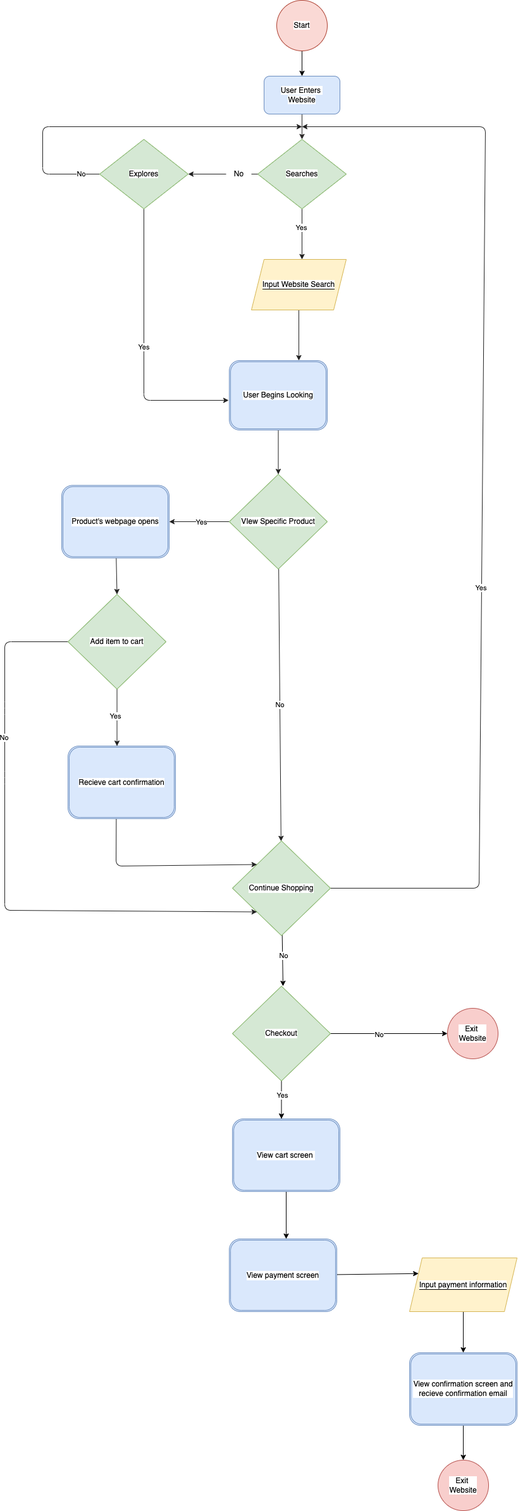
Above: explore/diagramming/diagram.drawio.png in hhundhausen/sp23-cse110-lab4 (draw.io), before the change. Source tidied: cells renumbered, new cells last; positions are measured from the earlier drawing's top-left corner, leaving out a move shared by most shapes.
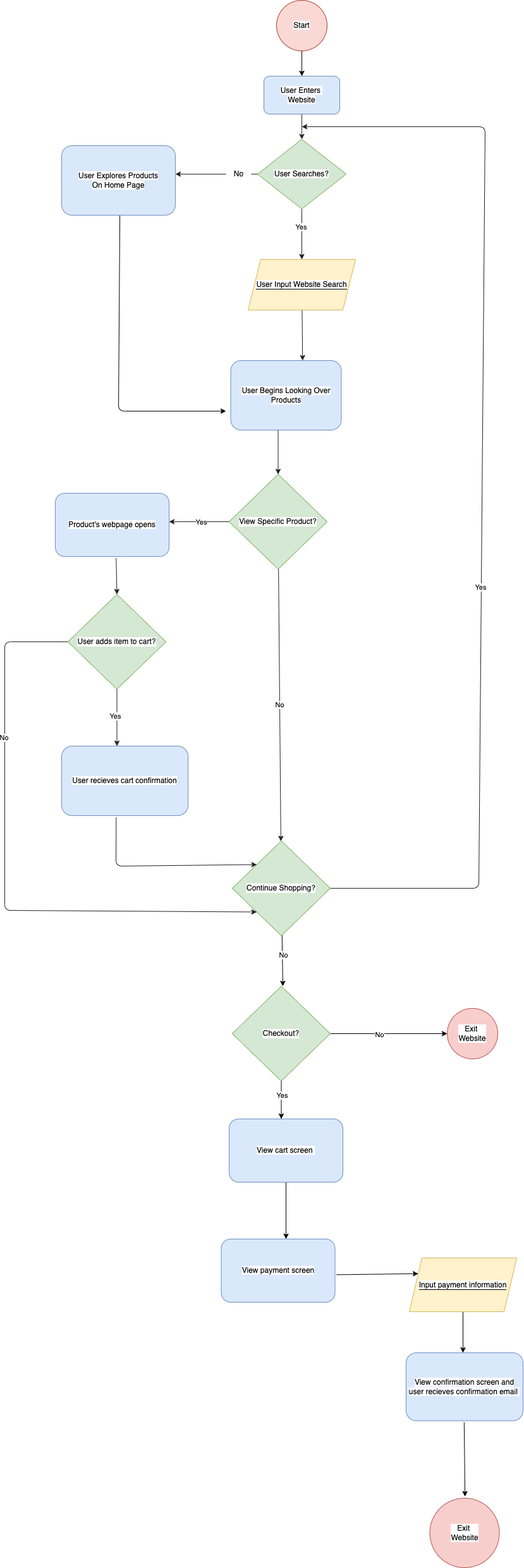
The same diagram one commit later.

Diff of the diagram source:
```diff
@@ -28,10 +28,13 @@
     </mxCell>
     <mxCell id="8" style="edgeStyle=none;html=1;fontColor=#000000;strokeColor=#212121;exitX=0;exitY=0.5;exitDx=0;exitDy=0;startArrow=none;" parent="1" edge="1" source="11">
       <mxGeometry relative="1" as="geometry">
-        <mxPoint x="290" y="275" as="targetPoint" />
+        <mxPoint x="270" y="275" as="targetPoint" />
+        <Array as="points">
+          <mxPoint x="270" y="275" />
+        </Array>
       </mxGeometry>
     </mxCell>
-    <mxCell id="9" value="&lt;font color=&quot;#000000&quot;&gt;&lt;span style=&quot;background-color: rgb(255, 255, 255);&quot;&gt;Searches&lt;/span&gt;&lt;br&gt;&lt;/font&gt;" style="rhombus;whiteSpace=wrap;html=1;fillColor=#d5e8d4;strokeColor=#82b366;" parent="1" vertex="1">
+    <mxCell id="9" value="&lt;font color=&quot;#000000&quot;&gt;&lt;span style=&quot;background-color: rgb(255, 255, 255);&quot;&gt;User Searches?&lt;/span&gt;&lt;br&gt;&lt;/font&gt;" style="rhombus;whiteSpace=wrap;html=1;fillColor=#d5e8d4;strokeColor=#82b366;" parent="1" vertex="1">
       <mxGeometry x="400" y="220" width="140" height="110" as="geometry" />
     </mxCell>
     <mxCell id="10" style="edgeStyle=none;html=1;fontColor=#000000;strokeColor=#212121;exitX=0;exitY=0.5;exitDx=0;exitDy=0;endArrow=none;" parent="1" edge="1" source="9" target="11">
@@ -40,50 +43,23 @@
     <mxCell id="11" value="&lt;font color=&quot;#000000&quot;&gt;No&lt;/font&gt;" style="text;html=1;align=center;verticalAlign=middle;points=[];strokeColor=none;fillColor=none;" parent="1" vertex="1">
       <mxGeometry x="350" y="260" width="40" height="30" as="geometry" />
     </mxCell>
-    <mxCell id="12" style="edgeStyle=none;html=1;strokeColor=#212121;fontColor=#FFFFFF;" parent="1" edge="1" source="16">
-      <mxGeometry relative="1" as="geometry">
-        <mxPoint x="354" y="633" as="targetPoint" />
-        <Array as="points">
-          <mxPoint x="220" y="633" />
-        </Array>
-      </mxGeometry>
-    </mxCell>
-    <mxCell id="13" value="&lt;font style=&quot;background-color: rgb(255, 255, 255);&quot; color=&quot;#000000&quot;&gt;Yes&lt;/font&gt;" style="edgeLabel;html=1;align=center;verticalAlign=middle;fontColor=#FFFFFF;" parent="12" vertex="1">
-      <mxGeometry relative="1" as="geometry" />
-    </mxCell>
-    <mxCell id="14" style="edgeStyle=none;html=1;strokeColor=#212121;fontColor=#000000;" parent="1" edge="1" source="16">
-      <mxGeometry relative="1" as="geometry">
-        <mxPoint x="470" y="200" as="targetPoint" />
-        <Array as="points">
-          <mxPoint x="60" y="275" />
-          <mxPoint x="60" y="200" />
-        </Array>
-      </mxGeometry>
-    </mxCell>
-    <mxCell id="15" value="&lt;span style=&quot;background-color: rgb(255, 255, 255);&quot;&gt;No&lt;/span&gt;" style="edgeLabel;html=1;align=center;verticalAlign=middle;fontColor=#000000;" parent="14" vertex="1">
-      <mxGeometry x="-0.72" y="-4" relative="1" as="geometry">
-        <mxPoint x="50" y="4" as="offset" />
-      </mxGeometry>
-    </mxCell>
-    <mxCell id="16" value="&lt;font style=&quot;background-color: rgb(255, 255, 255);&quot; color=&quot;#000000&quot;&gt;Explores&lt;/font&gt;" style="rhombus;whiteSpace=wrap;html=1;fillColor=#d5e8d4;strokeColor=#82b366;" parent="1" vertex="1">
-      <mxGeometry x="150" y="220" width="140" height="110" as="geometry" />
-    </mxCell>
-    <mxCell id="17" style="edgeStyle=none;html=1;strokeColor=#212121;fontColor=#FFFFFF;" parent="1" edge="1" source="18">
+    <mxCell id="17" style="edgeStyle=none;html=1;strokeColor=#212121;fontColor=#FFFFFF;entryX=0.75;entryY=0;entryDx=0;entryDy=0;" parent="1" edge="1" source="18">
       <mxGeometry relative="1" as="geometry">
-        <mxPoint x="465" y="570" as="targetPoint" />
+        <mxPoint x="471.2" y="570" as="targetPoint" />
       </mxGeometry>
     </mxCell>
-    <mxCell id="18" value="&lt;font style=&quot;background-color: rgb(255, 255, 255);&quot; color=&quot;#000000&quot;&gt;Input Website Search&lt;/font&gt;" style="shape=parallelogram;perimeter=parallelogramPerimeter;whiteSpace=wrap;html=1;fixedSize=1;labelBackgroundColor=#000000;fillColor=#FFF2CC;strokeColor=#d6b656;" parent="1" vertex="1">
-      <mxGeometry x="390" y="410" width="150" height="80" as="geometry" />
+    <mxCell id="18" value="&lt;font style=&quot;background-color: rgb(255, 255, 255);&quot; color=&quot;#000000&quot;&gt;User Input Website Search&lt;/font&gt;" style="shape=parallelogram;perimeter=parallelogramPerimeter;whiteSpace=wrap;html=1;fixedSize=1;labelBackgroundColor=#000000;fillColor=#FFF2CC;strokeColor=#d6b656;" parent="1" vertex="1">
+      <mxGeometry x="385" y="410" width="170" height="80" as="geometry" />
     </mxCell>
-    <mxCell id="19" style="html=1;strokeColor=#212121;fontColor=#000000;entryX=0.5;entryY=0;entryDx=0;entryDy=0;" parent="1" edge="1" source="20" target="24">
-      <mxGeometry relative="1" as="geometry" />
+    <mxCell id="19" style="html=1;strokeColor=#212121;fontColor=#000000;entryX=0.5;entryY=0;entryDx=0;entryDy=0;" parent="1" edge="1" target="24">
+      <mxGeometry relative="1" as="geometry">
+        <mxPoint x="432.5" y="680" as="sourcePoint" />
+      </mxGeometry>
     </mxCell>
-    <mxCell id="20" value="&lt;font color=&quot;#000000&quot;&gt;User Begins Looking&lt;/font&gt;" style="shape=ext;double=1;rounded=1;whiteSpace=wrap;html=1;labelBackgroundColor=#FFFFFF;fillColor=#dae8fc;strokeColor=#6c8ebf;" parent="1" vertex="1">
-      <mxGeometry x="355" y="570" width="155" height="110" as="geometry" />
-    </mxCell>
-    <mxCell id="21" style="edgeStyle=none;html=1;entryX=1;entryY=0.5;entryDx=0;entryDy=0;strokeColor=#212121;fontColor=#000000;" parent="1" edge="1" source="24" target="26">
-      <mxGeometry relative="1" as="geometry" />
+    <mxCell id="21" style="edgeStyle=none;html=1;entryX=1;entryY=0.5;entryDx=0;entryDy=0;strokeColor=#212121;fontColor=#000000;" parent="1" edge="1" source="24">
+      <mxGeometry relative="1" as="geometry">
+        <mxPoint x="260" y="825" as="targetPoint" />
+      </mxGeometry>
     </mxCell>
     <mxCell id="22" value="&lt;span style=&quot;background-color: rgb(255, 255, 255);&quot;&gt;Yes&lt;/span&gt;" style="edgeLabel;html=1;align=center;verticalAlign=middle;fontColor=#000000;" parent="21" vertex="1">
       <mxGeometry x="-0.06" y="1" relative="1" as="geometry" />
@@ -91,15 +67,14 @@
     <mxCell id="23" value="&lt;span style=&quot;background-color: rgb(255, 255, 255);&quot;&gt;No&lt;/span&gt;" style="edgeStyle=none;html=1;strokeColor=#212121;fontColor=#000000;" parent="1" edge="1" source="24" target="31">
       <mxGeometry relative="1" as="geometry" />
     </mxCell>
-    <mxCell id="24" value="&lt;font color=&quot;#000000&quot;&gt;VIew Specific Product&lt;/font&gt;" style="rhombus;whiteSpace=wrap;html=1;labelBackgroundColor=#FFFFFF;fillColor=#d5e8d4;strokeColor=#82b366;" parent="1" vertex="1">
+    <mxCell id="24" value="&lt;font color=&quot;#000000&quot;&gt;View Specific Product?&lt;/font&gt;" style="rhombus;whiteSpace=wrap;html=1;labelBackgroundColor=#FFFFFF;fillColor=#d5e8d4;strokeColor=#82b366;" parent="1" vertex="1">
       <mxGeometry x="355" y="750" width="155" height="150" as="geometry" />
     </mxCell>
-    <mxCell id="25" style="edgeStyle=none;html=1;entryX=0.5;entryY=0;entryDx=0;entryDy=0;labelBackgroundColor=#FFFFFF;strokeColor=#212121;fontColor=#000000;" parent="1" edge="1" source="26" target="36">
-      <mxGeometry relative="1" as="geometry" />
+    <mxCell id="25" style="edgeStyle=none;html=1;entryX=0.5;entryY=0;entryDx=0;entryDy=0;labelBackgroundColor=#FFFFFF;strokeColor=#212121;fontColor=#000000;" parent="1" edge="1" target="36">
+      <mxGeometry relative="1" as="geometry">
+        <mxPoint x="176.2" y="882.5" as="sourcePoint" />
+      </mxGeometry>
     </mxCell>
-    <mxCell id="26" value="&lt;font color=&quot;#000000&quot;&gt;Product's webpage opens&lt;/font&gt;" style="shape=ext;double=1;rounded=1;whiteSpace=wrap;html=1;labelBackgroundColor=#FFFFFF;fillColor=#dae8fc;strokeColor=#6c8ebf;" parent="1" vertex="1">
-      <mxGeometry x="90" y="767.5" width="170" height="115" as="geometry" />
-    </mxCell>
     <mxCell id="27" style="edgeStyle=none;html=1;labelBackgroundColor=#FFFFFF;strokeColor=#212121;fontColor=#000000;" parent="1" edge="1" source="31">
       <mxGeometry relative="1" as="geometry">
         <mxPoint x="470" y="200" as="targetPoint" />
@@ -120,7 +95,7 @@
     <mxCell id="30" value="&lt;span style=&quot;background-color: rgb(255, 255, 255);&quot;&gt;&lt;font color=&quot;#000000&quot;&gt;No&lt;/font&gt;&lt;/span&gt;" style="edgeLabel;html=1;align=center;verticalAlign=middle;" parent="29" vertex="1">
       <mxGeometry x="-0.2" y="2" relative="1" as="geometry" />
     </mxCell>
-    <mxCell id="31" value="&lt;font color=&quot;#000000&quot;&gt;Continue Shopping&lt;/font&gt;" style="rhombus;whiteSpace=wrap;html=1;labelBackgroundColor=#FFFFFF;fillColor=#d5e8d4;strokeColor=#82b366;" parent="1" vertex="1">
+    <mxCell id="31" value="&lt;font color=&quot;#000000&quot;&gt;Continue Shopping?&lt;/font&gt;" style="rhombus;whiteSpace=wrap;html=1;labelBackgroundColor=#FFFFFF;fillColor=#d5e8d4;strokeColor=#82b366;" parent="1" vertex="1">
       <mxGeometry x="360" y="1330" width="155" height="150" as="geometry" />
     </mxCell>
     <mxCell id="32" style="edgeStyle=none;html=1;labelBackgroundColor=#FFFFFF;strokeColor=#212121;fontColor=#000000;" parent="1" edge="1" source="36">
@@ -144,19 +119,17 @@
     <mxCell id="35" value="&lt;span style=&quot;background-color: rgb(255, 255, 255);&quot;&gt;No&lt;/span&gt;" style="edgeLabel;html=1;align=center;verticalAlign=middle;fontColor=#000000;" parent="34" vertex="1">
       <mxGeometry x="-0.46" y="-1" relative="1" as="geometry" />
     </mxCell>
-    <mxCell id="36" value="&lt;font color=&quot;#000000&quot;&gt;Add item to cart&lt;/font&gt;" style="rhombus;whiteSpace=wrap;html=1;labelBackgroundColor=#FFFFFF;fillColor=#d5e8d4;strokeColor=#82b366;" parent="1" vertex="1">
+    <mxCell id="36" value="&lt;font color=&quot;#000000&quot;&gt;User adds item to cart?&lt;/font&gt;" style="rhombus;whiteSpace=wrap;html=1;labelBackgroundColor=#FFFFFF;fillColor=#d5e8d4;strokeColor=#82b366;" parent="1" vertex="1">
       <mxGeometry x="100" y="940" width="155" height="150" as="geometry" />
     </mxCell>
-    <mxCell id="37" style="edgeStyle=none;html=1;entryX=0;entryY=0;entryDx=0;entryDy=0;labelBackgroundColor=#FFFFFF;strokeColor=#212121;fontColor=#000000;exitX=0.449;exitY=0.983;exitDx=0;exitDy=0;exitPerimeter=0;" parent="1" edge="1" source="38" target="31">
+    <mxCell id="37" style="edgeStyle=none;html=1;entryX=0;entryY=0;entryDx=0;entryDy=0;labelBackgroundColor=#FFFFFF;strokeColor=#212121;fontColor=#000000;exitX=0.449;exitY=0.983;exitDx=0;exitDy=0;exitPerimeter=0;" parent="1" edge="1" target="31">
       <mxGeometry relative="1" as="geometry">
+        <mxPoint x="176.3" y="1293" as="sourcePoint" />
         <Array as="points">
           <mxPoint x="176" y="1370" />
         </Array>
       </mxGeometry>
     </mxCell>
-    <mxCell id="38" value="&lt;font color=&quot;#000000&quot;&gt;Recieve cart confirmation&lt;/font&gt;" style="shape=ext;double=1;rounded=1;whiteSpace=wrap;html=1;labelBackgroundColor=#FFFFFF;fillColor=#dae8fc;strokeColor=#6c8ebf;" parent="1" vertex="1">
-      <mxGeometry x="100" y="1180" width="170" height="115" as="geometry" />
-    </mxCell>
     <mxCell id="39" style="edgeStyle=none;html=1;strokeColor=#000000;fontColor=#000000;" parent="1" edge="1" source="43">
       <mxGeometry relative="1" as="geometry">
         <mxPoint x="700" y="1635" as="targetPoint" />
@@ -173,42 +146,68 @@
     <mxCell id="42" value="&lt;span style=&quot;background-color: rgb(255, 255, 255);&quot;&gt;Yes&lt;/span&gt;" style="edgeLabel;html=1;align=center;verticalAlign=middle;fontColor=#000000;" parent="41" vertex="1">
       <mxGeometry x="-0.25" y="1" relative="1" as="geometry" />
     </mxCell>
-    <mxCell id="43" value="&lt;font color=&quot;#000000&quot;&gt;Checkout&lt;/font&gt;" style="rhombus;whiteSpace=wrap;html=1;labelBackgroundColor=#FFFFFF;fillColor=#d5e8d4;strokeColor=#82b366;" parent="1" vertex="1">
+    <mxCell id="43" value="&lt;font color=&quot;#000000&quot;&gt;Checkout?&lt;/font&gt;" style="rhombus;whiteSpace=wrap;html=1;labelBackgroundColor=#FFFFFF;fillColor=#d5e8d4;strokeColor=#82b366;" parent="1" vertex="1">
       <mxGeometry x="360" y="1560" width="155" height="150" as="geometry" />
     </mxCell>
     <mxCell id="44" value="&lt;font color=&quot;#000000&quot;&gt;Exit&amp;nbsp;&lt;br&gt;Website&lt;br&gt;&lt;/font&gt;" style="ellipse;whiteSpace=wrap;html=1;labelBackgroundColor=#FFFFFF;fillColor=#f8cecc;strokeColor=#b85450;" parent="1" vertex="1">
       <mxGeometry x="700" y="1595" width="80" height="80" as="geometry" />
     </mxCell>
-    <mxCell id="45" style="edgeStyle=none;html=1;strokeColor=#000000;fontColor=#000000;" parent="1" edge="1" source="46">
+    <mxCell id="45" style="edgeStyle=none;html=1;strokeColor=#000000;fontColor=#000000;exitX=0.5;exitY=1;exitDx=0;exitDy=0;" parent="1" edge="1" source="46">
       <mxGeometry relative="1" as="geometry">
         <mxPoint x="445" y="1960" as="targetPoint" />
       </mxGeometry>
     </mxCell>
-    <mxCell id="46" value="&lt;font color=&quot;#000000&quot;&gt;View cart screen&amp;nbsp;&lt;/font&gt;" style="shape=ext;double=1;rounded=1;whiteSpace=wrap;html=1;labelBackgroundColor=#FFFFFF;fillColor=#dae8fc;strokeColor=#6c8ebf;" parent="1" vertex="1">
-      <mxGeometry x="360" y="1770" width="170" height="115" as="geometry" />
-    </mxCell>
-    <mxCell id="47" style="edgeStyle=none;html=1;entryX=0;entryY=0.25;entryDx=0;entryDy=0;strokeColor=#000000;fontColor=#000000;" parent="1" edge="1" source="48" target="50">
-      <mxGeometry relative="1" as="geometry" />
+    <mxCell id="47" style="edgeStyle=none;html=1;entryX=0;entryY=0.25;entryDx=0;entryDy=0;strokeColor=#000000;fontColor=#000000;" parent="1" edge="1" target="50">
+      <mxGeometry relative="1" as="geometry">
+        <mxPoint x="525" y="2016.4" as="sourcePoint" />
+      </mxGeometry>
     </mxCell>
-    <mxCell id="48" value="&lt;font color=&quot;#000000&quot;&gt;View payment screen&lt;/font&gt;" style="shape=ext;double=1;rounded=1;whiteSpace=wrap;html=1;labelBackgroundColor=#FFFFFF;fillColor=#dae8fc;strokeColor=#6c8ebf;" parent="1" vertex="1">
-      <mxGeometry x="355" y="1960" width="170" height="115" as="geometry" />
-    </mxCell>
-    <mxCell id="49" style="edgeStyle=none;html=1;entryX=0.5;entryY=0;entryDx=0;entryDy=0;strokeColor=#000000;fontColor=#000000;" parent="1" edge="1" source="50" target="52">
-      <mxGeometry relative="1" as="geometry" />
+    <mxCell id="49" style="edgeStyle=none;html=1;entryX=0.5;entryY=0;entryDx=0;entryDy=0;strokeColor=#000000;fontColor=#000000;" parent="1" edge="1" source="50">
+      <mxGeometry relative="1" as="geometry">
+        <mxPoint x="725" y="2140" as="targetPoint" />
+      </mxGeometry>
     </mxCell>
     <mxCell id="50" value="&lt;span style=&quot;background-color: rgb(255, 255, 255);&quot;&gt;&lt;font color=&quot;#000000&quot;&gt;Input payment information&lt;/font&gt;&lt;/span&gt;" style="shape=parallelogram;perimeter=parallelogramPerimeter;whiteSpace=wrap;html=1;fixedSize=1;labelBackgroundColor=#000000;fillColor=#FFF2CC;strokeColor=#d6b656;" parent="1" vertex="1">
       <mxGeometry x="640" y="1990" width="170" height="85" as="geometry" />
     </mxCell>
-    <mxCell id="51" style="edgeStyle=none;html=1;strokeColor=#000000;fontColor=#000000;" parent="1" edge="1" source="52">
-      <mxGeometry relative="1" as="geometry">
-        <mxPoint x="725" y="2310" as="targetPoint" />
-      </mxGeometry>
-    </mxCell>
-    <mxCell id="52" value="&lt;font color=&quot;#000000&quot;&gt;View confirmation screen and&lt;br&gt;recieve confirmation email&lt;br&gt;&lt;/font&gt;" style="shape=ext;double=1;rounded=1;whiteSpace=wrap;html=1;labelBackgroundColor=#FFFFFF;fillColor=#dae8fc;strokeColor=#6c8ebf;" parent="1" vertex="1">
-      <mxGeometry x="640" y="2140" width="170" height="115" as="geometry" />
-    </mxCell>
     <mxCell id="53" value="&lt;font color=&quot;#000000&quot;&gt;Exit&amp;nbsp;&lt;br&gt;Website&lt;br&gt;&lt;/font&gt;" style="ellipse;whiteSpace=wrap;html=1;labelBackgroundColor=#FFFFFF;fillColor=#f8cecc;strokeColor=#b85450;" parent="1" vertex="1">
-      <mxGeometry x="685" y="2310" width="80" height="80" as="geometry" />
+      <mxGeometry x="672.5" y="2370" width="110" height="110" as="geometry" />
     </mxCell>
+    <mxCell id="54" style="edgeStyle=none;html=1;strokeColor=#000000;fontColor=#000000;" parent="1" edge="1">
+      <mxGeometry relative="1" as="geometry">
+        <mxPoint x="182.1" y="340" as="sourcePoint" />
+        <mxPoint x="350" y="650" as="targetPoint" />
+        <Array as="points">
+          <mxPoint x="180" y="650" />
+        </Array>
+      </mxGeometry>
+    </mxCell>
+    <mxCell id="55" value="&lt;span style=&quot;color: rgb(0, 0, 0); background-color: rgb(255, 255, 255);&quot;&gt;User Explores Products&lt;/span&gt;&lt;br style=&quot;color: rgb(0, 0, 0); background-color: rgb(255, 255, 255);&quot;&gt;&lt;span style=&quot;color: rgb(0, 0, 0); background-color: rgb(255, 255, 255);&quot;&gt;On Home Page&lt;/span&gt;&lt;font color=&quot;#000000&quot;&gt;&lt;br&gt;&lt;/font&gt;" style="rounded=1;whiteSpace=wrap;html=1;fillColor=#dae8fc;strokeColor=#6c8ebf;" parent="1" vertex="1">
+      <mxGeometry x="90" y="230" width="180" height="110" as="geometry" />
+    </mxCell>
+    <mxCell id="56" value="&lt;span style=&quot;color: rgb(0, 0, 0); background-color: rgb(255, 255, 255);&quot;&gt;User Begins Looking Over&lt;/span&gt;&lt;br style=&quot;color: rgb(0, 0, 0); background-color: rgb(255, 255, 255);&quot;&gt;&lt;span style=&quot;color: rgb(0, 0, 0); background-color: rgb(255, 255, 255);&quot;&gt;Products&lt;/span&gt;&lt;font color=&quot;#000000&quot;&gt;&lt;br&gt;&lt;/font&gt;" style="rounded=1;whiteSpace=wrap;html=1;fillColor=#dae8fc;strokeColor=#6c8ebf;" parent="1" vertex="1">
+      <mxGeometry x="357.5" y="570" width="175" height="110" as="geometry" />
+    </mxCell>
+    <mxCell id="26" value="&lt;span style=&quot;color: rgb(0, 0, 0); background-color: rgb(255, 255, 255);&quot;&gt;Product's webpage opens&lt;/span&gt;&lt;font color=&quot;#000000&quot;&gt;&lt;br&gt;&lt;/font&gt;" style="rounded=1;whiteSpace=wrap;html=1;fillColor=#dae8fc;strokeColor=#6c8ebf;" parent="1" vertex="1">
+      <mxGeometry x="80" y="780" width="180" height="100" as="geometry" />
+    </mxCell>
+    <mxCell id="57" style="edgeStyle=none;html=1;strokeColor=#000000;fontFamily=Helvetica;fontSize=12;fontColor=default;exitX=0.492;exitY=0.876;exitDx=0;exitDy=0;exitPerimeter=0;" parent="1" edge="1">
+      <mxGeometry relative="1" as="geometry">
+        <mxPoint x="726.8" y="2250" as="sourcePoint" />
+        <mxPoint x="728.2" y="2367.4" as="targetPoint" />
+      </mxGeometry>
+    </mxCell>
+    <mxCell id="46" value="&lt;span style=&quot;color: rgb(0, 0, 0); background-color: rgb(255, 255, 255);&quot;&gt;View cart screen&amp;nbsp;&lt;/span&gt;&lt;font color=&quot;#000000&quot;&gt;&lt;br&gt;&lt;/font&gt;" style="rounded=1;whiteSpace=wrap;html=1;fillColor=#dae8fc;strokeColor=#6c8ebf;" parent="1" vertex="1">
+      <mxGeometry x="355" y="1770" width="180" height="100" as="geometry" />
+    </mxCell>
+    <mxCell id="48" value="&lt;span style=&quot;color: rgb(0, 0, 0); background-color: rgb(255, 255, 255);&quot;&gt;View payment screen&lt;/span&gt;&lt;font color=&quot;#000000&quot;&gt;&lt;br&gt;&lt;/font&gt;" style="rounded=1;whiteSpace=wrap;html=1;fillColor=#dae8fc;strokeColor=#6c8ebf;" parent="1" vertex="1">
+      <mxGeometry x="342.5" y="1960" width="180" height="100" as="geometry" />
+    </mxCell>
+    <mxCell id="58" value="&lt;span style=&quot;color: rgb(0, 0, 0); background-color: rgb(255, 255, 255);&quot;&gt;View confirmation screen and user recieves confirmation email&amp;nbsp;&lt;/span&gt;&lt;font color=&quot;#000000&quot;&gt;&lt;br&gt;&lt;/font&gt;" style="rounded=1;whiteSpace=wrap;html=1;fillColor=#dae8fc;strokeColor=#6c8ebf;" parent="1" vertex="1">
+      <mxGeometry x="635" y="2140" width="185" height="107.5" as="geometry" />
+    </mxCell>
+    <mxCell id="59" value="&lt;span style=&quot;color: rgb(0, 0, 0); background-color: rgb(255, 255, 255);&quot;&gt;User recieves cart confirmation&lt;/span&gt;&lt;font color=&quot;#000000&quot;&gt;&lt;br&gt;&lt;/font&gt;" style="rounded=1;whiteSpace=wrap;html=1;fillColor=#dae8fc;strokeColor=#6c8ebf;" parent="1" vertex="1">
+      <mxGeometry x="90" y="1180" width="200" height="110" as="geometry" />
+    </mxCell>
   </root>
 </mxGraphModel>
```
